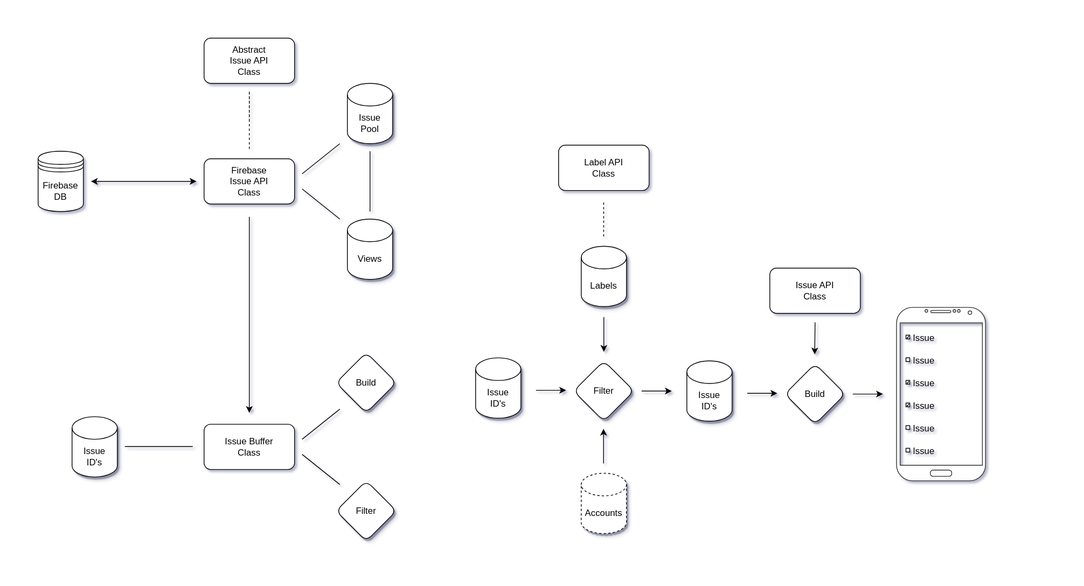
julilili42/ViewBoard keeps this draw.io diagram as prototyping/Overview.svg. Above is the earlier version. Source tidied: cells renumbered, new cells last; positions are measured from the earlier drawing's top-left corner, leaving out a move shared by most shapes.
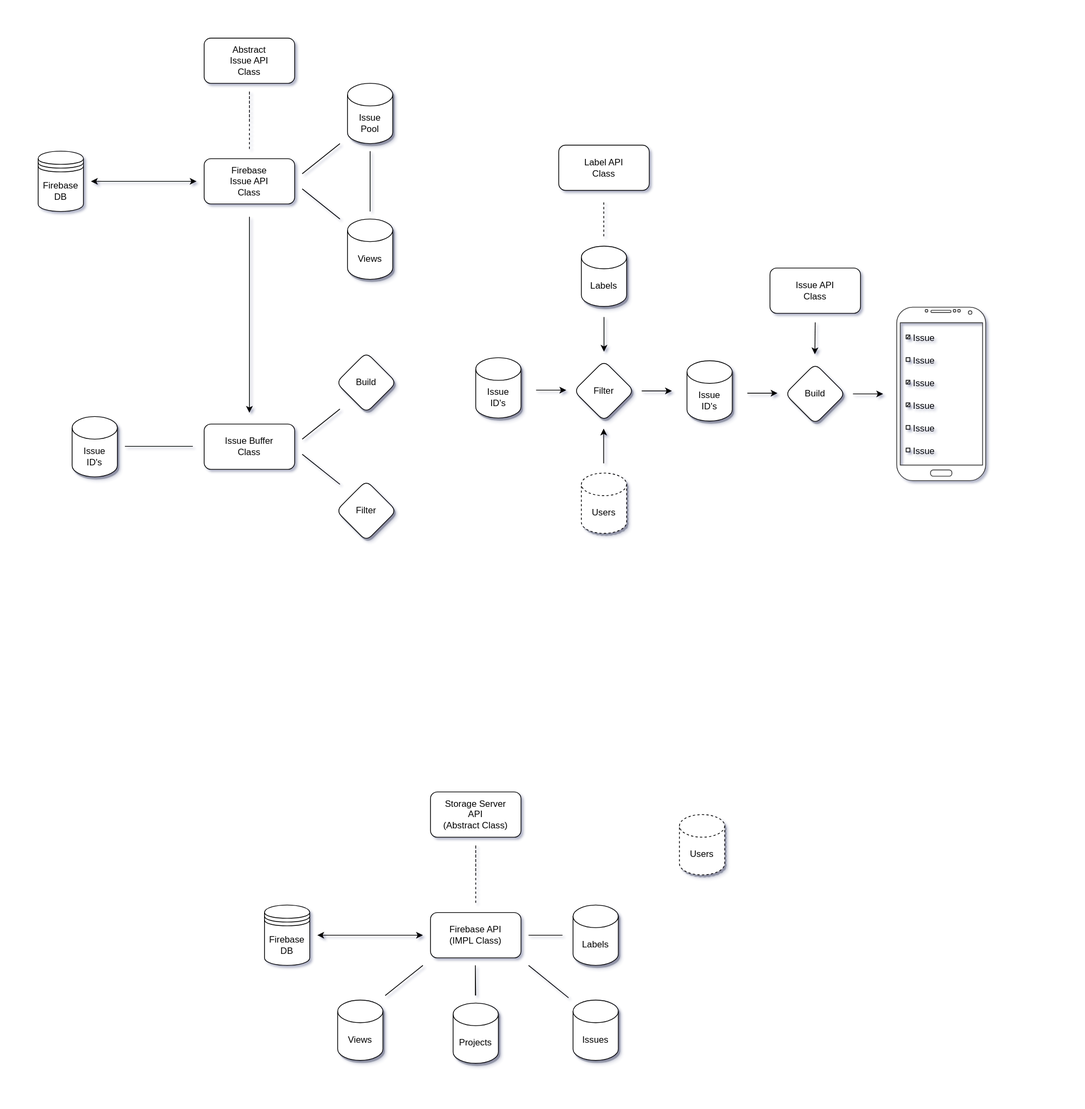
Above is the later version.

Commit message:
[proto] updated overview

Change to the diagram source:
```diff
@@ -206,7 +206,7 @@
         <mxPoint x="749.8" y="264" as="targetPoint" />
       </mxGeometry>
     </mxCell>
-    <mxCell id="53" value="Accounts" style="shape=cylinder3;whiteSpace=wrap;html=1;boundedLbl=1;backgroundOutline=1;size=15;rounded=1;shadow=1;glass=0;strokeWidth=1;fontSize=12;fontColor=#000000;dashed=1;" parent="1" vertex="1">
+    <mxCell id="53" value="Users" style="shape=cylinder3;whiteSpace=wrap;html=1;boundedLbl=1;backgroundOutline=1;size=15;rounded=1;shadow=1;glass=0;strokeWidth=1;fontSize=12;fontColor=#000000;dashed=1;" parent="1" vertex="1">
       <mxGeometry x="720" y="577" width="60" height="80" as="geometry" />
     </mxCell>
     <mxCell id="54" style="edgeStyle=none;rounded=0;orthogonalLoop=1;jettySize=auto;html=1;fontSize=12;fontColor=#000000;startArrow=classic;startFill=1;endArrow=none;endFill=0;elbow=vertical;" parent="1" edge="1">
@@ -215,5 +215,71 @@
         <mxPoint x="749.6" y="564" as="targetPoint" />
       </mxGeometry>
     </mxCell>
+    <mxCell id="55" style="rounded=0;orthogonalLoop=1;jettySize=auto;html=1;elbow=vertical;dashed=1;endArrow=none;endFill=0;" parent="1" edge="1">
+      <mxGeometry relative="1" as="geometry">
+        <mxPoint x="580" y="1110" as="sourcePoint" />
+        <mxPoint x="580" y="1150" as="targetPoint" />
+        <Array as="points">
+          <mxPoint x="580" y="1070" />
+        </Array>
+      </mxGeometry>
+    </mxCell>
+    <mxCell id="56" value="Storage Server&lt;br&gt;API&lt;br&gt;(Abstract Class)" style="rounded=1;whiteSpace=wrap;html=1;strokeWidth=1;" parent="1" vertex="1">
+      <mxGeometry x="520" y="1000" width="120" height="60" as="geometry" />
+    </mxCell>
+    <mxCell id="57" value="Firebase API&lt;br&gt;(IMPL Class)" style="rounded=1;whiteSpace=wrap;html=1;strokeWidth=1;" parent="1" vertex="1">
+      <mxGeometry x="520" y="1160" width="120" height="60" as="geometry" />
+    </mxCell>
+    <mxCell id="58" style="rounded=0;orthogonalLoop=1;jettySize=auto;html=1;elbow=vertical;endArrow=classic;endFill=1;startArrow=classic;startFill=1;" parent="1" edge="1">
+      <mxGeometry relative="1" as="geometry">
+        <mxPoint x="370" y="1190" as="sourcePoint" />
+        <mxPoint x="510" y="1190" as="targetPoint" />
+      </mxGeometry>
+    </mxCell>
+    <mxCell id="59" value="Firebase&lt;br&gt;DB" style="shape=datastore;whiteSpace=wrap;html=1;strokeWidth=1;" parent="1" vertex="1">
+      <mxGeometry x="300" y="1150" width="60" height="80" as="geometry" />
+    </mxCell>
+    <mxCell id="60" value="Projects" style="shape=cylinder3;whiteSpace=wrap;html=1;boundedLbl=1;backgroundOutline=1;size=15;rounded=1;shadow=1;glass=0;strokeWidth=1;fontSize=12;fontColor=#000000;" parent="1" vertex="1">
+      <mxGeometry x="550" y="1280" width="60" height="80" as="geometry" />
+    </mxCell>
+    <mxCell id="61" value="Views" style="shape=cylinder3;whiteSpace=wrap;html=1;boundedLbl=1;backgroundOutline=1;size=15;rounded=1;shadow=1;glass=0;strokeWidth=1;fontSize=12;fontColor=#000000;" parent="1" vertex="1">
+      <mxGeometry x="397" y="1276" width="60" height="80" as="geometry" />
+    </mxCell>
+    <mxCell id="62" value="Labels" style="shape=cylinder3;whiteSpace=wrap;html=1;boundedLbl=1;backgroundOutline=1;size=15;rounded=1;shadow=1;glass=0;strokeWidth=1;fontSize=12;fontColor=#000000;" parent="1" vertex="1">
+      <mxGeometry x="709" y="1150" width="60" height="80" as="geometry" />
+    </mxCell>
+    <mxCell id="63" value="Issues" style="shape=cylinder3;whiteSpace=wrap;html=1;boundedLbl=1;backgroundOutline=1;size=15;rounded=1;shadow=1;glass=0;strokeWidth=1;fontSize=12;fontColor=#000000;" parent="1" vertex="1">
+      <mxGeometry x="709" y="1276" width="60" height="80" as="geometry" />
+    </mxCell>
+    <mxCell id="64" style="rounded=0;orthogonalLoop=1;jettySize=auto;html=1;elbow=vertical;endArrow=none;endFill=0;startArrow=none;startFill=0;" parent="1" edge="1">
+      <mxGeometry relative="1" as="geometry">
+        <mxPoint x="650" y="1190" as="sourcePoint" />
+        <mxPoint x="695" y="1190" as="targetPoint" />
+      </mxGeometry>
+    </mxCell>
+    <mxCell id="65" style="rounded=0;orthogonalLoop=1;jettySize=auto;html=1;elbow=vertical;endArrow=none;endFill=0;startArrow=none;startFill=0;" parent="1" edge="1">
+      <mxGeometry relative="1" as="geometry">
+        <mxPoint x="650" y="1230" as="sourcePoint" />
+        <mxPoint x="703" y="1273" as="targetPoint" />
+      </mxGeometry>
+    </mxCell>
+    <mxCell id="66" style="rounded=0;orthogonalLoop=1;jettySize=auto;html=1;elbow=vertical;endArrow=none;endFill=0;" parent="1" edge="1">
+      <mxGeometry relative="1" as="geometry">
+        <mxPoint x="579.5" y="1270" as="sourcePoint" />
+        <mxPoint x="580" y="1270" as="targetPoint" />
+        <Array as="points">
+          <mxPoint x="579.5" y="1230" />
+        </Array>
+      </mxGeometry>
+    </mxCell>
+    <mxCell id="67" style="rounded=0;orthogonalLoop=1;jettySize=auto;html=1;elbow=vertical;endArrow=none;endFill=0;startArrow=none;startFill=0;" parent="1" edge="1">
+      <mxGeometry relative="1" as="geometry">
+        <mxPoint x="460" y="1270" as="sourcePoint" />
+        <mxPoint x="510" y="1230" as="targetPoint" />
+      </mxGeometry>
+    </mxCell>
+    <mxCell id="68" value="Users" style="shape=cylinder3;whiteSpace=wrap;html=1;boundedLbl=1;backgroundOutline=1;size=15;rounded=1;shadow=1;glass=0;strokeWidth=1;fontSize=12;fontColor=#000000;dashed=1;" parent="1" vertex="1">
+      <mxGeometry x="850" y="1030" width="60" height="80" as="geometry" />
+    </mxCell>
   </root>
 </mxGraphModel>
```
